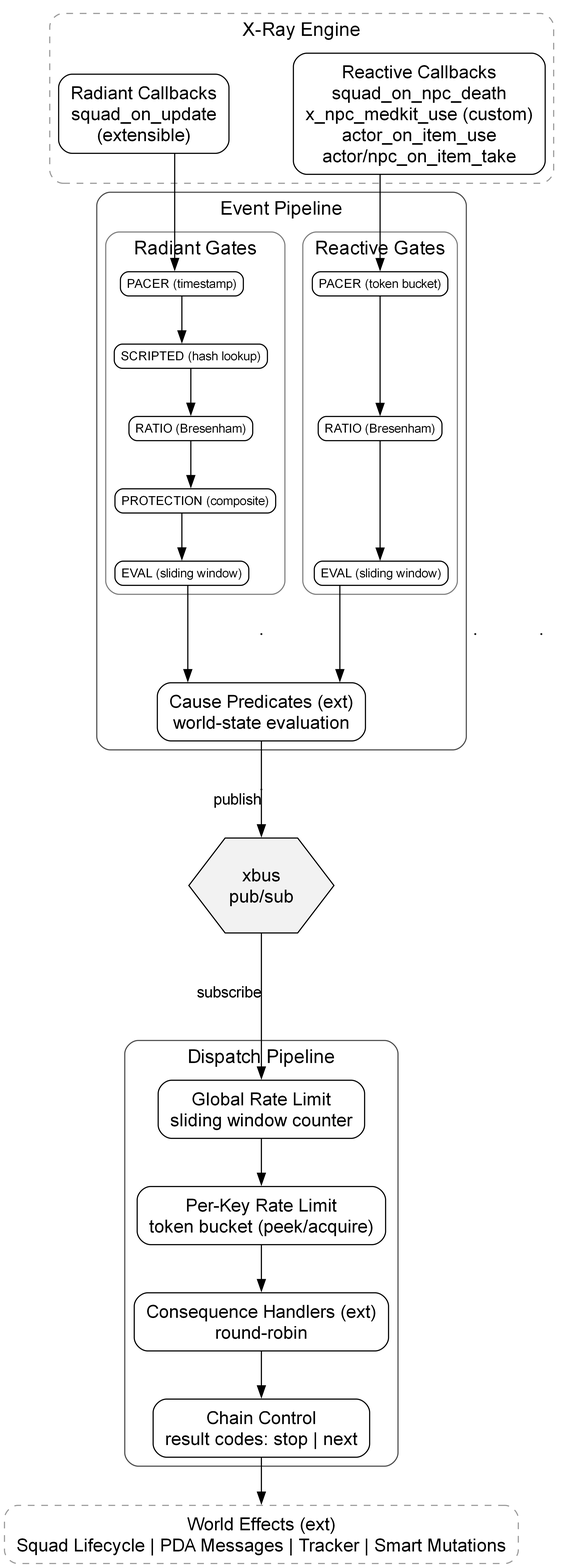
Earlier version of the Graphviz export doc/img/system-overview.png (damiansirbu-stalker/AlifePlus). Its source is kept beside it as doc/img/system-overview.dot.
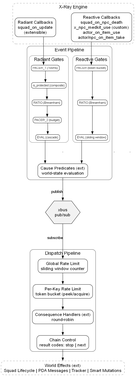
The same diagram one commit later.

Change to the diagram source:
```diff
@@ -32,11 +32,11 @@
             style=rounded
             color=gray50
 
-            rg1 [label="PACER (timestamp)"]
-            rg2 [label="SCRIPTED (hash lookup)"]
+            rg1 [label="PACER_1 (100ms)"]
+            rg2 [label="is_protected (composite)"]
             rg3 [label="RATIO (Bresenham)"]
-            rg4 [label="PROTECTION (composite)"]
-            rg5 [label="EVAL (sliding window)"]
+            rg4 [label="PACER_2 (budget)"]
+            rg5 [label="EVAL (cascade)"]
 
             rg1 -> rg2
             rg2 -> rg3
```
